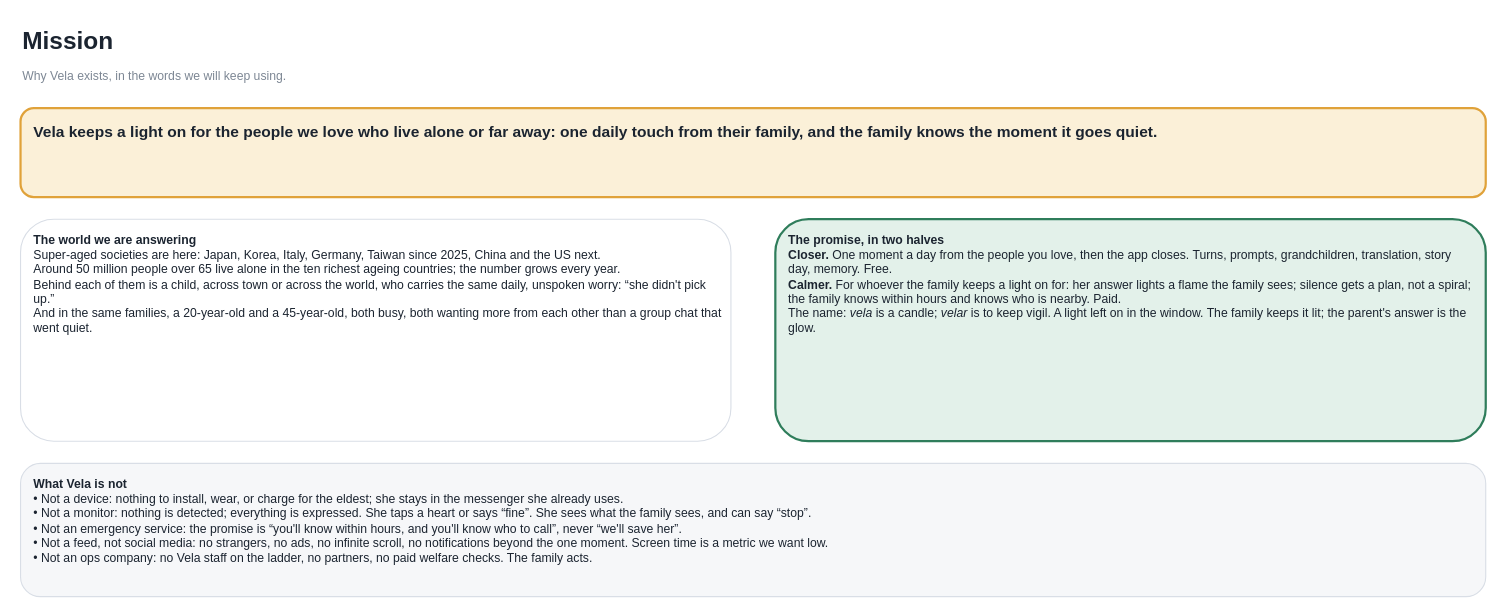
Above: page "1.1 · Mission and promise" (2 of 34) of design/diagrams/master-plan.drawio in taiusheev/vela (draw.io), before the change. Source tidied: cells renumbered, new cells numbered last; positions are measured from the earlier drawing's top-left corner, leaving out a move shared by most shapes. Both pictures are drawn from the tidied source at 111%, with x=0, y=0 at pixel (20, 19).
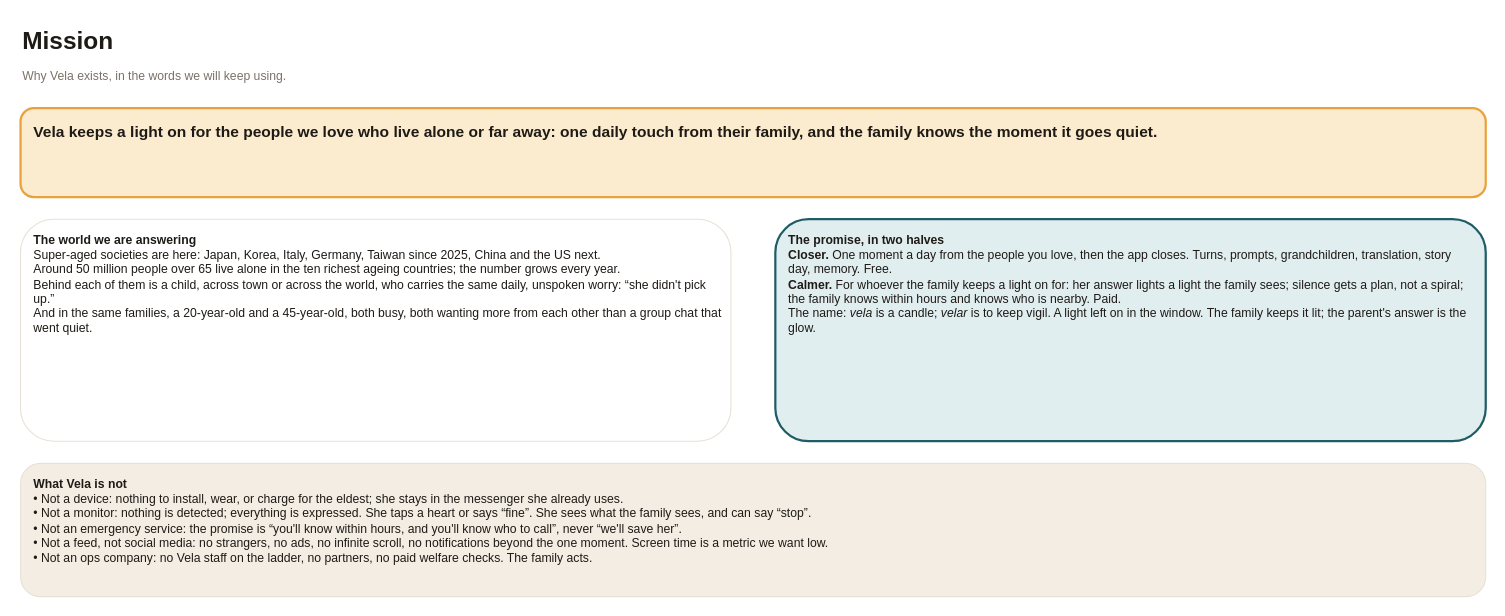
The same page after the edit.

What changed in the source:
```diff
@@
 <mxGraphModel background="#ffffff">
   <root>
     <mxCell id="0" />
     <mxCell id="1" parent="0" />
-    <mxCell id="2" value="Mission" style="text;html=1;align=left;verticalAlign=top;fontSize=22;fontStyle=1;fontColor=#1b2430;whiteSpace=wrap;" parent="1" vertex="1">
+    <mxCell id="2" value="Mission" style="text;html=1;align=left;verticalAlign=top;fontSize=22;fontStyle=1;fontColor=#1E1A16;whiteSpace=wrap;" parent="1" vertex="1">
       <mxGeometry width="1200" height="36" as="geometry" />
     </mxCell>
-    <mxCell id="3" value="Why Vela exists, in the words we will keep using." style="text;html=1;align=left;verticalAlign=top;fontSize=11;fontColor=#7d8794;whiteSpace=wrap;" parent="1" vertex="1">
+    <mxCell id="3" value="Why Vela exists, in the words we will keep using." style="text;html=1;align=left;verticalAlign=top;fontSize=11;fontColor=#7A7267;whiteSpace=wrap;" parent="1" vertex="1">
       <mxGeometry y="38" width="1300" height="30" as="geometry" />
     </mxCell>
-    <mxCell id="4" value="&lt;b style=&quot;font-size:14px&quot;&gt;Vela keeps a light on for the people we love who live alone or far away: one daily touch from their family, and the family knows the moment it goes quiet.&lt;/b&gt;" style="rounded=1;whiteSpace=wrap;html=1;align=left;verticalAlign=top;spacingLeft=10;spacingRight=8;spacingTop=6;fontSize=11;fillColor=#fbf0d8;strokeColor=#e0a23a;strokeWidth=2;fontColor=#1b2430;" parent="1" vertex="1">
+    <mxCell id="4" value="&lt;b style=&quot;font-size:14px&quot;&gt;Vela keeps a light on for the people we love who live alone or far away: one daily touch from their family, and the family knows the moment it goes quiet.&lt;/b&gt;" style="rounded=1;whiteSpace=wrap;html=1;align=left;verticalAlign=top;spacingLeft=10;spacingRight=8;spacingTop=6;fontSize=11;fillColor=#FBEBCF;strokeColor=#E9A23B;strokeWidth=2;fontColor=#1E1A16;" parent="1" vertex="1">
       <mxGeometry y="80" width="1320" height="80" as="geometry" />
     </mxCell>
-    <mxCell id="5" value="&lt;b&gt;The world we are answering&lt;/b&gt;&lt;br&gt;Super-aged societies are here: Japan, Korea, Italy, Germany, Taiwan since 2025, China and the US next.&lt;br&gt;Around 50 million people over 65 live alone in the ten richest ageing countries; the number grows every year.&lt;br&gt;Behind each of them is a child, across town or across the world, who carries the same daily, unspoken worry: “she didn't pick up.”&lt;br&gt;And in the same families, a 20-year-old and a 45-year-old, both busy, both wanting more from each other than a group chat that went quiet." style="rounded=1;whiteSpace=wrap;html=1;align=left;verticalAlign=top;spacingLeft=10;spacingRight=8;spacingTop=6;fontSize=11;fillColor=#ffffff;strokeColor=#d9dee6;fontColor=#1b2430;" parent="1" vertex="1">
+    <mxCell id="5" value="&lt;b&gt;The world we are answering&lt;/b&gt;&lt;br&gt;Super-aged societies are here: Japan, Korea, Italy, Germany, Taiwan since 2025, China and the US next.&lt;br&gt;Around 50 million people over 65 live alone in the ten richest ageing countries; the number grows every year.&lt;br&gt;Behind each of them is a child, across town or across the world, who carries the same daily, unspoken worry: “she didn't pick up.”&lt;br&gt;And in the same families, a 20-year-old and a 45-year-old, both busy, both wanting more from each other than a group chat that went quiet." style="rounded=1;whiteSpace=wrap;html=1;align=left;verticalAlign=top;spacingLeft=10;spacingRight=8;spacingTop=6;fontSize=11;fillColor=#FFFFFF;strokeColor=#E8E1D6;fontColor=#1E1A16;" parent="1" vertex="1">
       <mxGeometry y="180" width="640" height="200" as="geometry" />
     </mxCell>
-    <mxCell id="6" value="&lt;b&gt;The promise, in two halves&lt;/b&gt;&lt;br&gt;&lt;b&gt;Closer.&lt;/b&gt; One moment a day from the people you love, then the app closes. Turns, prompts, grandchildren, translation, story day, memory. Free.&lt;br&gt;&lt;b&gt;Calmer.&lt;/b&gt; For whoever the family keeps a light on for: her answer lights a flame the family sees; silence gets a plan, not a spiral; the family knows within hours and knows who is nearby. Paid.&lt;br&gt;The name: &lt;i&gt;vela&lt;/i&gt; is a candle; &lt;i&gt;velar&lt;/i&gt; is to keep vigil. A light left on in the window. The family keeps it lit; the parent's answer is the glow." style="rounded=1;whiteSpace=wrap;html=1;align=left;verticalAlign=top;spacingLeft=10;spacingRight=8;spacingTop=6;fontSize=11;fillColor=#e3f1ea;strokeColor=#2f7d5b;strokeWidth=2;fontColor=#1b2430;" parent="1" vertex="1">
+    <mxCell id="6" value="&lt;b&gt;The promise, in two halves&lt;/b&gt;&lt;br&gt;&lt;b&gt;Closer.&lt;/b&gt; One moment a day from the people you love, then the app closes. Turns, prompts, grandchildren, translation, story day, memory. Free.&lt;br&gt;&lt;b&gt;Calmer.&lt;/b&gt; For whoever the family keeps a light on for: her answer lights a light the family sees; silence gets a plan, not a spiral; the family knows within hours and knows who is nearby. Paid.&lt;br&gt;The name: &lt;i&gt;vela&lt;/i&gt; is a candle; &lt;i&gt;velar&lt;/i&gt; is to keep vigil. A light left on in the window. The family keeps it lit; the parent's answer is the glow." style="rounded=1;whiteSpace=wrap;html=1;align=left;verticalAlign=top;spacingLeft=10;spacingRight=8;spacingTop=6;fontSize=11;fillColor=#E1EEF0;strokeColor=#1F5C66;strokeWidth=2;fontColor=#1E1A16;" parent="1" vertex="1">
       <mxGeometry x="680" y="180" width="640" height="200" as="geometry" />
     </mxCell>
-    <mxCell id="7" value="&lt;b&gt;What Vela is not&lt;/b&gt;&lt;br&gt;• Not a device: nothing to install, wear, or charge for the eldest; she stays in the messenger she already uses.&lt;br&gt;• Not a monitor: nothing is detected; everything is expressed. She taps a heart or says “fine”. She sees what the family sees, and can say “stop”.&lt;br&gt;• Not an emergency service: the promise is “you'll know within hours, and you'll know who to call”, never “we'll save her”.&lt;br&gt;• Not a feed, not social media: no strangers, no ads, no infinite scroll, no notifications beyond the one moment. Screen time is a metric we want low.&lt;br&gt;• Not an ops company: no Vela staff on the ladder, no partners, no paid welfare checks. The family acts." style="rounded=1;whiteSpace=wrap;html=1;align=left;verticalAlign=top;spacingLeft=10;spacingRight=8;spacingTop=6;fontSize=11;fillColor=#f6f7f9;strokeColor=#d9dee6;fontColor=#1b2430;" parent="1" vertex="1">
+    <mxCell id="7" value="&lt;b&gt;What Vela is not&lt;/b&gt;&lt;br&gt;• Not a device: nothing to install, wear, or charge for the eldest; she stays in the messenger she already uses.&lt;br&gt;• Not a monitor: nothing is detected; everything is expressed. She taps a heart or says “fine”. She sees what the family sees, and can say “stop”.&lt;br&gt;• Not an emergency service: the promise is “you'll know within hours, and you'll know who to call”, never “we'll save her”.&lt;br&gt;• Not a feed, not social media: no strangers, no ads, no infinite scroll, no notifications beyond the one moment. Screen time is a metric we want low.&lt;br&gt;• Not an ops company: no Vela staff on the ladder, no partners, no paid welfare checks. The family acts." style="rounded=1;whiteSpace=wrap;html=1;align=left;verticalAlign=top;spacingLeft=10;spacingRight=8;spacingTop=6;fontSize=11;fillColor=#F3EDE4;strokeColor=#E8E1D6;fontColor=#1E1A16;" parent="1" vertex="1">
       <mxGeometry y="400" width="1320" height="120" as="geometry" />
     </mxCell>
   </root>
 </mxGraphModel>
```
